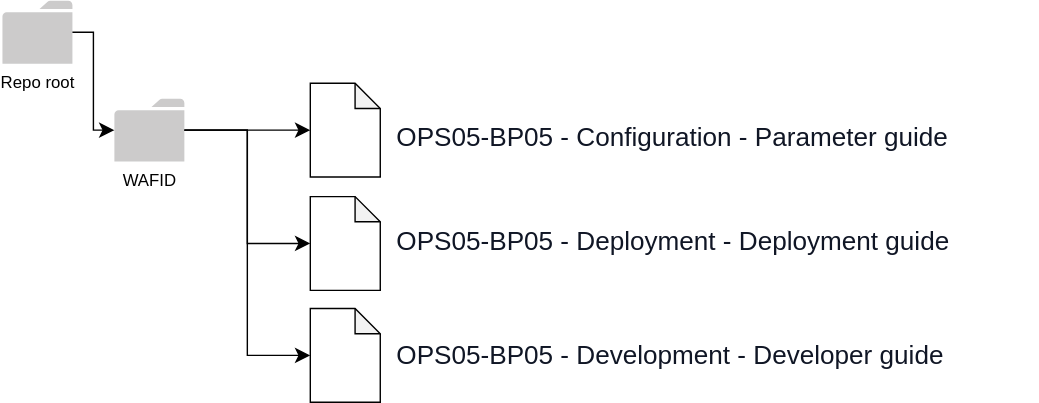
Earlier version of the draw.io export readme.svg (yu2scalar/docsample). Source tidied: cells renumbered, new cells last; positions are measured from the earlier drawing's top-left corner, leaving out a move shared by most shapes.
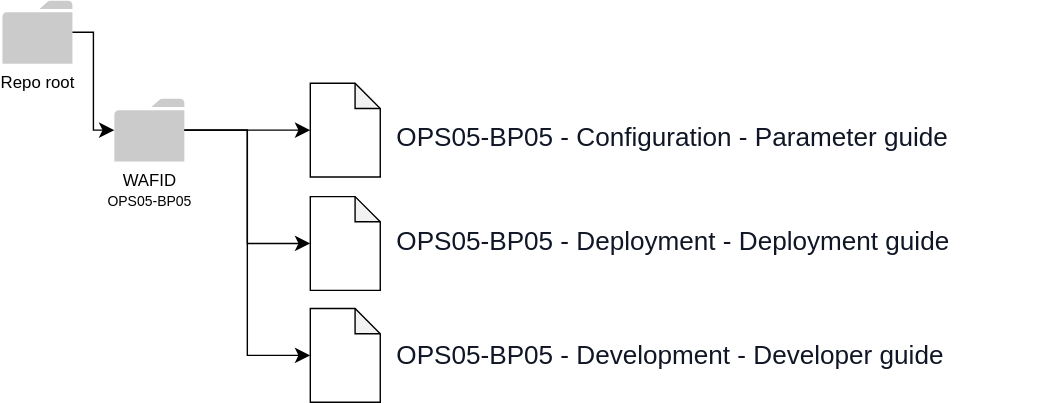
The same diagram one commit later.

What changed in the source:
```diff
@@ -5,7 +5,7 @@
     <mxCell id="2" value="Repo root" style="sketch=0;shadow=0;dashed=0;html=1;strokeColor=none;labelPosition=center;verticalLabelPosition=bottom;verticalAlign=top;outlineConnect=0;align=center;shape=mxgraph.office.concepts.folder;fillColor=#CCCBCB;" parent="1" vertex="1">
       <mxGeometry width="50" height="45" as="geometry" />
     </mxCell>
-    <mxCell id="3" value="WAFID&lt;br&gt;&lt;span id=&quot;docs-internal-guid-91edf046-7fff-8db2-ec80-6ff2966f3f44&quot;&gt;&lt;span style=&quot;font-size: 14pt; font-family: &amp;quot;Noto Sans JP&amp;quot;, sans-serif; background-color: transparent; font-variant-numeric: normal; font-variant-east-asian: normal; font-variant-alternates: normal; font-variant-position: normal; vertical-align: baseline;&quot;&gt;&lt;font color=&quot;#ffffff&quot;&gt;OPS05-BP05&lt;/font&gt;&lt;/span&gt;&lt;/span&gt;&lt;span style=&quot;background-color: rgb(24, 20, 29); font-size: 10px;&quot;&gt;&lt;br&gt;&lt;/span&gt;" style="sketch=0;shadow=0;dashed=0;html=1;strokeColor=none;labelPosition=center;verticalLabelPosition=bottom;verticalAlign=top;outlineConnect=0;align=center;shape=mxgraph.office.concepts.folder;fillColor=#CCCBCB;" parent="1" vertex="1">
+    <mxCell id="3" value="&lt;font style=&quot;background-color: rgb(255, 255, 255);&quot; color=&quot;#000000&quot;&gt;WAFID&lt;br&gt;&lt;span id=&quot;docs-internal-guid-91edf046-7fff-8db2-ec80-6ff2966f3f44&quot;&gt;&lt;span style=&quot;font-family: &amp;quot;Noto Sans JP&amp;quot;, sans-serif; font-variant-numeric: normal; font-variant-east-asian: normal; font-variant-alternates: normal; font-variant-position: normal; vertical-align: baseline;&quot;&gt;&lt;font style=&quot;font-size: 10px;&quot;&gt;OPS05-BP05&lt;/font&gt;&lt;/span&gt;&lt;/span&gt;&lt;/font&gt;&lt;span style=&quot;background-color: rgb(24, 20, 29); font-size: 10px;&quot;&gt;&lt;br&gt;&lt;/span&gt;" style="sketch=0;shadow=0;dashed=0;html=1;strokeColor=none;labelPosition=center;verticalLabelPosition=bottom;verticalAlign=top;outlineConnect=0;align=center;shape=mxgraph.office.concepts.folder;fillColor=#CCCBCB;" parent="1" vertex="1">
       <mxGeometry x="80" y="70" width="50" height="45" as="geometry" />
     </mxCell>
     <mxCell id="4" style="edgeStyle=elbowEdgeStyle;elbow=horizontal;endArrow=classic;html=1;curved=0;rounded=0;endSize=8;startSize=8;" parent="1" edge="1" source="2" target="3">
```
